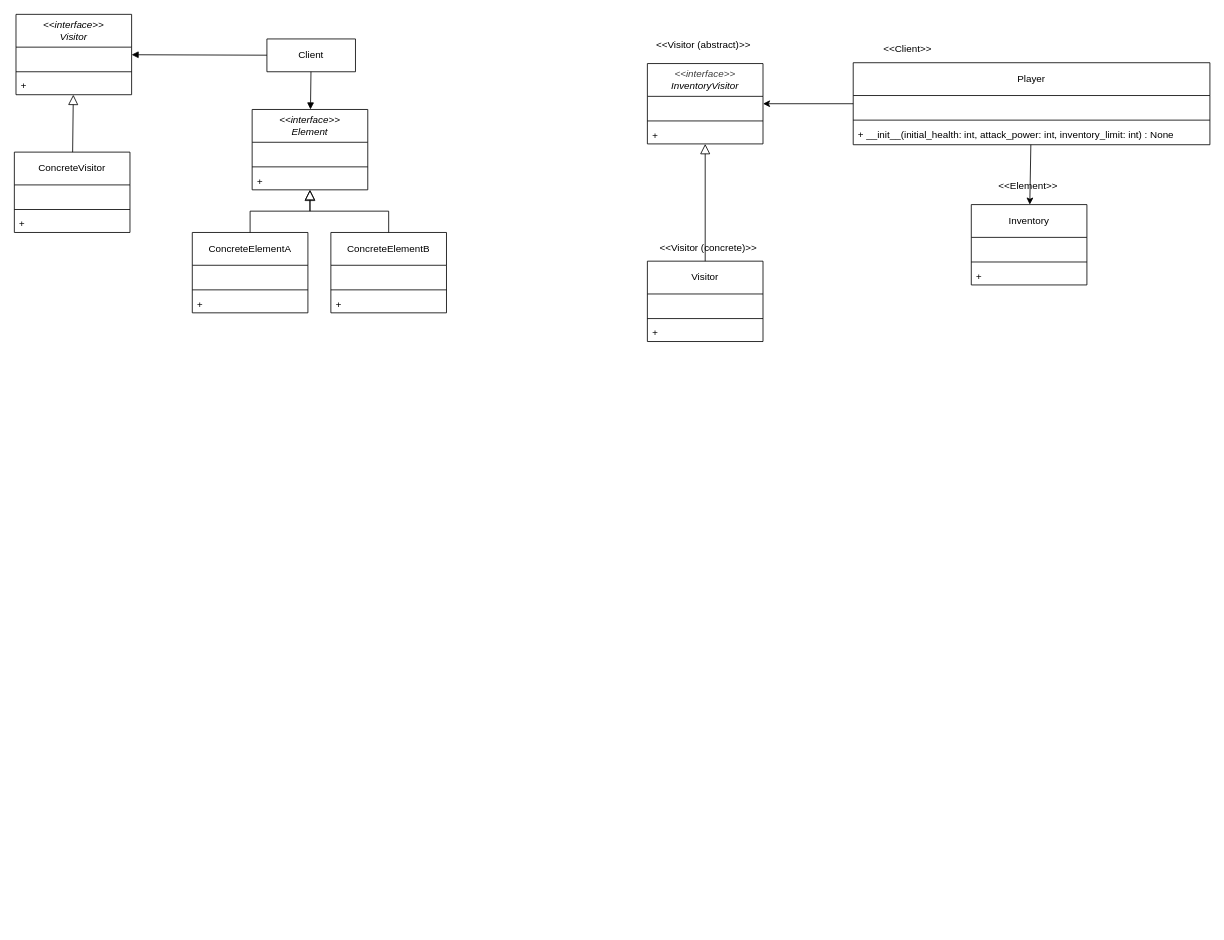
Above: page "game_pieces_after" (2 of 2) of src/model_after_pattern/after_pattern.drawio in arsenie-sarmiento/ZombieInMyPocket (draw.io), before the change. Source tidied: cells renumbered, new cells numbered last; positions are measured from the earlier drawing's top-left corner, leaving out a move shared by most shapes. Both pictures are drawn from the tidied source at 82%, with x=0, y=0 at pixel (14, 14).
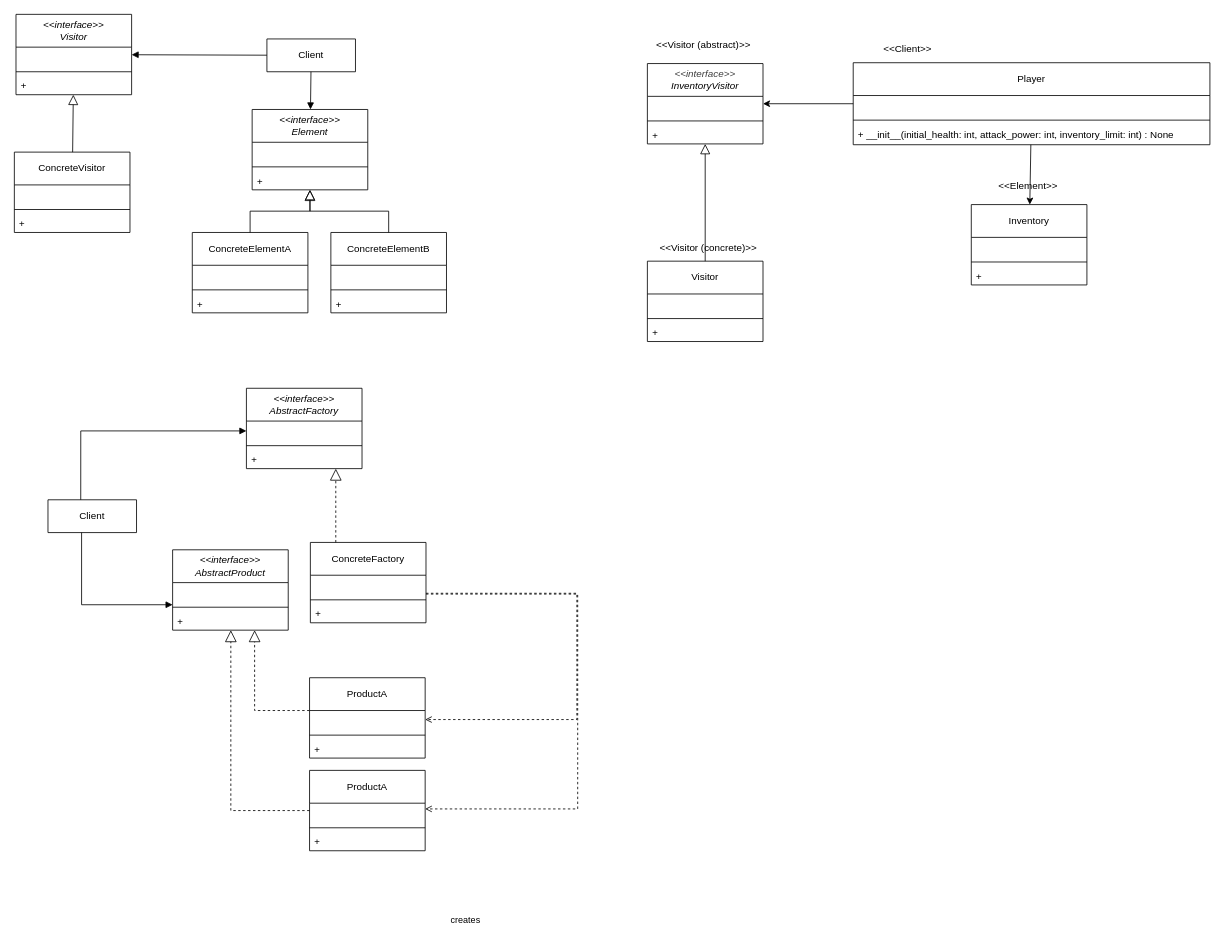
After the change.

Commit message (it also covers changes not shown here):
halfbaked after model game pieces

Diff of the diagram source:
```diff
@@
+    <mxCell id="51" style="edgeStyle=orthogonalEdgeStyle;html=1;endArrow=block;endFill=1;rounded=0;curved=0;exitX=0.37;exitY=0;exitDx=0;exitDy=0;exitPerimeter=0;" parent="1" edge="1" source="53" target="54">
+      <mxGeometry relative="1" as="geometry">
+        <Array as="points">
+          <mxPoint x="81" y="508" />
+        </Array>
+      </mxGeometry>
+    </mxCell>
+    <mxCell id="52" style="edgeStyle=orthogonalEdgeStyle;html=1;rounded=0;curved=0;endArrow=block;endFill=1;" parent="1" edge="1" source="53" target="64">
+      <mxGeometry relative="1" as="geometry">
+        <Array as="points">
+          <mxPoint x="82" y="720" />
+        </Array>
+      </mxGeometry>
+    </mxCell>
+    <mxCell id="53" value="Client" style="swimlane;fontStyle=0;horizontal=1;startSize=40;fillColor=none;whiteSpace=wrap;html=1;" parent="1" vertex="1" collapsed="1">
+      <mxGeometry x="41" y="592" width="108" height="40" as="geometry" />
+    </mxCell>
+    <mxCell id="54" value="&lt;i&gt;&amp;lt;&amp;lt;interface&amp;gt;&amp;gt;&lt;/i&gt;&lt;div&gt;&lt;i&gt;AbstractFactory&lt;/i&gt;&lt;/div&gt;" style="swimlane;fontStyle=0;horizontal=1;startSize=40;fillColor=none;whiteSpace=wrap;html=1;" parent="1" vertex="1">
+      <mxGeometry x="283" y="456" width="141" height="98" as="geometry" />
+    </mxCell>
+    <mxCell id="55" value="&amp;nbsp;" style="text;strokeColor=none;fillColor=none;align=left;verticalAlign=top;spacingLeft=4;spacingRight=4;overflow=hidden;whiteSpace=wrap;html=1;" parent="54" vertex="1">
+      <mxGeometry y="40" width="141" height="26" as="geometry" />
+    </mxCell>
+    <mxCell id="56" style="line;strokeWidth=1;fillColor=none;align=left;verticalAlign=middle;spacingTop=-1;spacingLeft=3;spacingRight=3;labelPosition=right;strokeColor=inherit;" parent="54" vertex="1">
+      <mxGeometry y="66" width="141" height="8" as="geometry" />
+    </mxCell>
+    <mxCell id="57" value="+&amp;nbsp;" style="text;strokeColor=none;fillColor=none;align=left;verticalAlign=top;spacingLeft=4;spacingRight=4;overflow=hidden;whiteSpace=wrap;html=1;fontStyle=2;" parent="54" vertex="1">
+      <mxGeometry y="74" width="141" height="24" as="geometry" />
+    </mxCell>
+    <mxCell id="58" style="edgeStyle=orthogonalEdgeStyle;html=1;endArrow=open;endFill=0;dashed=1;rounded=0;curved=0;" parent="1" edge="1" source="60" target="68">
+      <mxGeometry relative="1" as="geometry">
+        <Array as="points">
+          <mxPoint x="686" y="706" />
+          <mxPoint x="686" y="860" />
+        </Array>
+      </mxGeometry>
+    </mxCell>
+    <mxCell id="59" style="html=1;endArrow=block;endFill=0;rounded=0;dashed=1;endSize=12;edgeStyle=orthogonalEdgeStyle;" parent="1" edge="1" source="60" target="54">
+      <mxGeometry relative="1" as="geometry">
+        <Array as="points">
+          <mxPoint x="392" y="623" />
+          <mxPoint x="392" y="623" />
+        </Array>
+      </mxGeometry>
+    </mxCell>
+    <mxCell id="60" value="&lt;div&gt;ConcreteFactory&lt;/div&gt;" style="swimlane;fontStyle=0;horizontal=1;startSize=40;fillColor=none;whiteSpace=wrap;html=1;" parent="1" vertex="1">
+      <mxGeometry x="361" y="644" width="141" height="98" as="geometry" />
+    </mxCell>
+    <mxCell id="61" value="&amp;nbsp;" style="text;strokeColor=none;fillColor=none;align=left;verticalAlign=top;spacingLeft=4;spacingRight=4;overflow=hidden;whiteSpace=wrap;html=1;" parent="60" vertex="1">
+      <mxGeometry y="40" width="141" height="26" as="geometry" />
+    </mxCell>
+    <mxCell id="62" style="line;strokeWidth=1;fillColor=none;align=left;verticalAlign=middle;spacingTop=-1;spacingLeft=3;spacingRight=3;labelPosition=right;strokeColor=inherit;" parent="60" vertex="1">
+      <mxGeometry y="66" width="141" height="8" as="geometry" />
+    </mxCell>
+    <mxCell id="63" value="+&amp;nbsp;" style="text;strokeColor=none;fillColor=none;align=left;verticalAlign=top;spacingLeft=4;spacingRight=4;overflow=hidden;whiteSpace=wrap;html=1;fontStyle=2;" parent="60" vertex="1">
+      <mxGeometry y="74" width="141" height="24" as="geometry" />
+    </mxCell>
+    <mxCell id="64" value="&lt;i&gt;&amp;lt;&amp;lt;interface&amp;gt;&amp;gt;&lt;/i&gt;&lt;div&gt;&lt;i&gt;AbstractProduct&lt;/i&gt;&lt;/div&gt;" style="swimlane;fontStyle=0;horizontal=1;startSize=40;fillColor=none;whiteSpace=wrap;html=1;" parent="1" vertex="1">
+      <mxGeometry x="193" y="653" width="141" height="98" as="geometry" />
+    </mxCell>
+    <mxCell id="65" value="&amp;nbsp;" style="text;strokeColor=none;fillColor=none;align=left;verticalAlign=top;spacingLeft=4;spacingRight=4;overflow=hidden;whiteSpace=wrap;html=1;" parent="64" vertex="1">
+      <mxGeometry y="40" width="141" height="26" as="geometry" />
+    </mxCell>
+    <mxCell id="66" style="line;strokeWidth=1;fillColor=none;align=left;verticalAlign=middle;spacingTop=-1;spacingLeft=3;spacingRight=3;labelPosition=right;strokeColor=inherit;" parent="64" vertex="1">
+      <mxGeometry y="66" width="141" height="8" as="geometry" />
+    </mxCell>
+    <mxCell id="67" value="+&amp;nbsp;" style="text;strokeColor=none;fillColor=none;align=left;verticalAlign=top;spacingLeft=4;spacingRight=4;overflow=hidden;whiteSpace=wrap;html=1;fontStyle=2;" parent="64" vertex="1">
+      <mxGeometry y="74" width="141" height="24" as="geometry" />
+    </mxCell>
+    <mxCell id="68" value="&lt;div&gt;ProductA&lt;/div&gt;" style="swimlane;fontStyle=0;horizontal=1;startSize=40;fillColor=none;whiteSpace=wrap;html=1;" parent="1" vertex="1">
+      <mxGeometry x="360" y="809" width="141" height="98" as="geometry" />
+    </mxCell>
+    <mxCell id="69" value="&amp;nbsp;" style="text;strokeColor=none;fillColor=none;align=left;verticalAlign=top;spacingLeft=4;spacingRight=4;overflow=hidden;whiteSpace=wrap;html=1;" parent="68" vertex="1">
+      <mxGeometry y="40" width="141" height="26" as="geometry" />
+    </mxCell>
+    <mxCell id="70" style="line;strokeWidth=1;fillColor=none;align=left;verticalAlign=middle;spacingTop=-1;spacingLeft=3;spacingRight=3;labelPosition=right;strokeColor=inherit;" parent="68" vertex="1">
+      <mxGeometry y="66" width="141" height="8" as="geometry" />
+    </mxCell>
+    <mxCell id="71" value="+&amp;nbsp;" style="text;strokeColor=none;fillColor=none;align=left;verticalAlign=top;spacingLeft=4;spacingRight=4;overflow=hidden;whiteSpace=wrap;html=1;fontStyle=2;" parent="68" vertex="1">
+      <mxGeometry y="74" width="141" height="24" as="geometry" />
+    </mxCell>
+    <mxCell id="72" value="&lt;div&gt;ProductA&lt;/div&gt;" style="swimlane;fontStyle=0;horizontal=1;startSize=40;fillColor=none;whiteSpace=wrap;html=1;" parent="1" vertex="1">
+      <mxGeometry x="360" y="922" width="141" height="98" as="geometry" />
+    </mxCell>
+    <mxCell id="73" value="&amp;nbsp;" style="text;strokeColor=none;fillColor=none;align=left;verticalAlign=top;spacingLeft=4;spacingRight=4;overflow=hidden;whiteSpace=wrap;html=1;" parent="72" vertex="1">
+      <mxGeometry y="40" width="141" height="26" as="geometry" />
+    </mxCell>
+    <mxCell id="74" style="line;strokeWidth=1;fillColor=none;align=left;verticalAlign=middle;spacingTop=-1;spacingLeft=3;spacingRight=3;labelPosition=right;strokeColor=inherit;" parent="72" vertex="1">
+      <mxGeometry y="66" width="141" height="8" as="geometry" />
+    </mxCell>
+    <mxCell id="75" value="+&amp;nbsp;" style="text;strokeColor=none;fillColor=none;align=left;verticalAlign=top;spacingLeft=4;spacingRight=4;overflow=hidden;whiteSpace=wrap;html=1;fontStyle=2;" parent="72" vertex="1">
+      <mxGeometry y="74" width="141" height="24" as="geometry" />
+    </mxCell>
+    <mxCell id="76" style="edgeStyle=orthogonalEdgeStyle;html=1;endArrow=open;endFill=0;dashed=1;rounded=0;curved=0;" parent="1" edge="1" source="60" target="72">
+      <mxGeometry relative="1" as="geometry">
+        <Array as="points">
+          <mxPoint x="687" y="707" />
+          <mxPoint x="687" y="969" />
+        </Array>
+      </mxGeometry>
+    </mxCell>
+    <mxCell id="77" value="creates" style="edgeLabel;html=1;align=center;verticalAlign=middle;" parent="76" vertex="1">
+      <mxGeometry x="0.43" y="2" relative="1" as="geometry">
+        <mxPoint x="-132" y="133" as="offset" />
+      </mxGeometry>
+    </mxCell>
+    <mxCell id="78" style="html=1;endArrow=block;endFill=0;rounded=0;dashed=1;endSize=12;edgeStyle=orthogonalEdgeStyle;" parent="1" edge="1" source="68" target="64">
+      <mxGeometry relative="1" as="geometry">
+        <Array as="points">
+          <mxPoint x="293" y="849" />
+        </Array>
+      </mxGeometry>
+    </mxCell>
+    <mxCell id="79" style="html=1;endArrow=block;endFill=0;rounded=0;dashed=1;endSize=12;edgeStyle=orthogonalEdgeStyle;" parent="1" edge="1" source="72" target="64">
+      <mxGeometry relative="1" as="geometry">
+        <Array as="points">
+          <mxPoint x="264" y="971" />
+        </Array>
+      </mxGeometry>
+    </mxCell>
```
